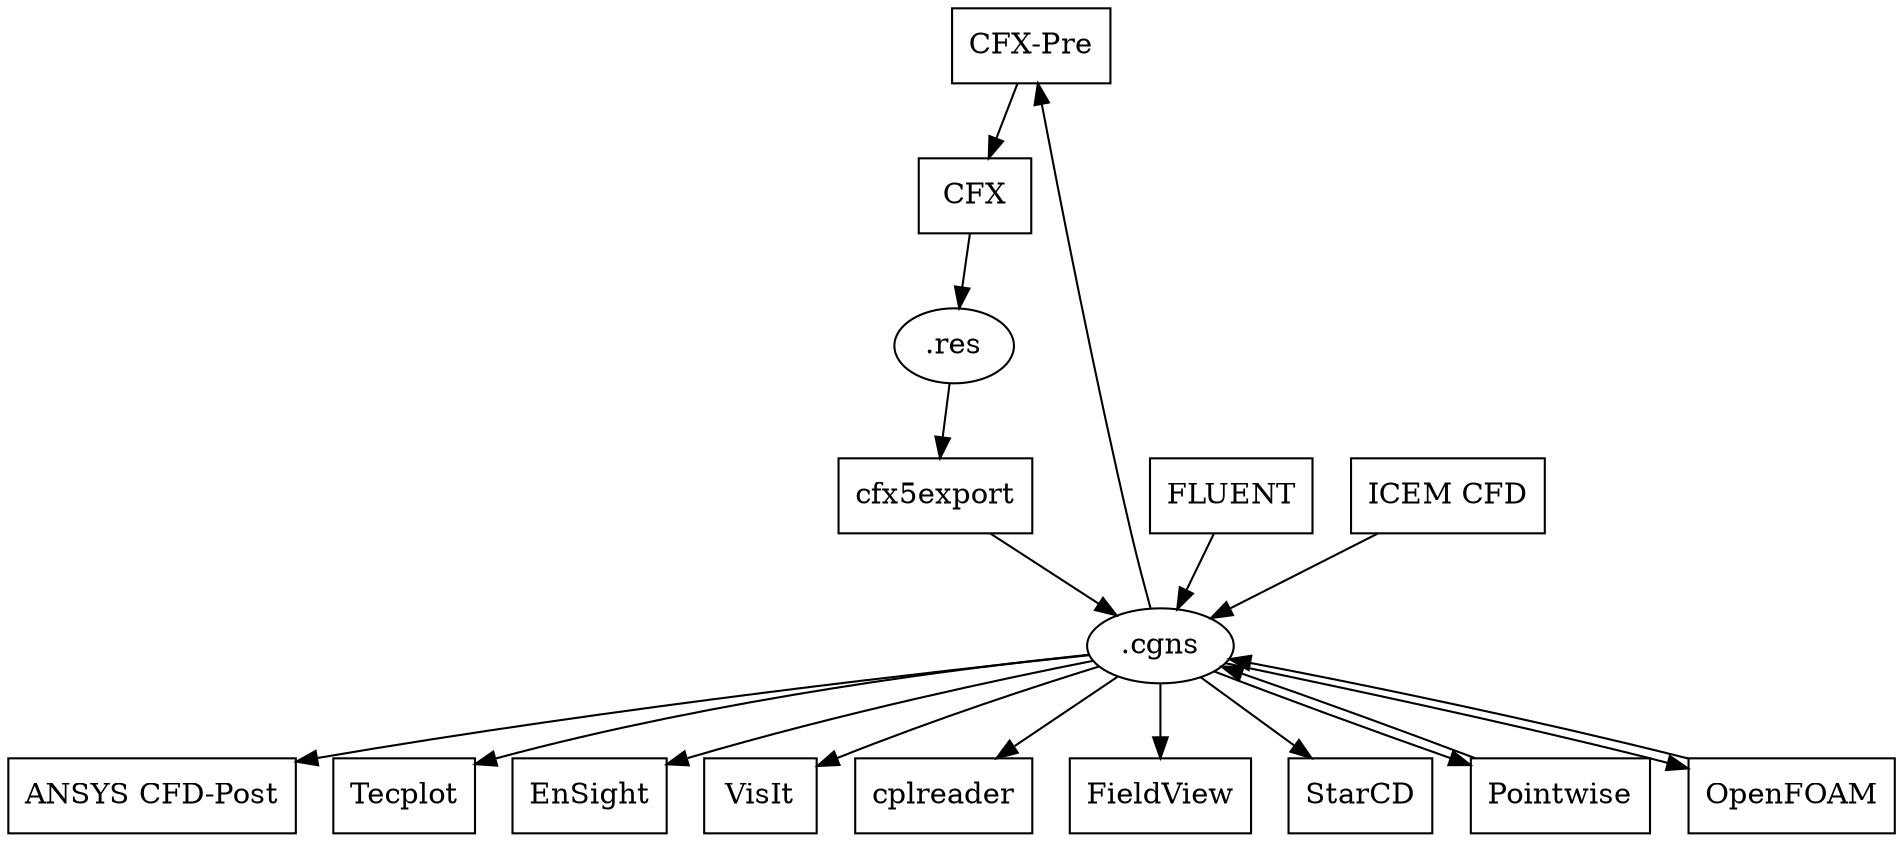
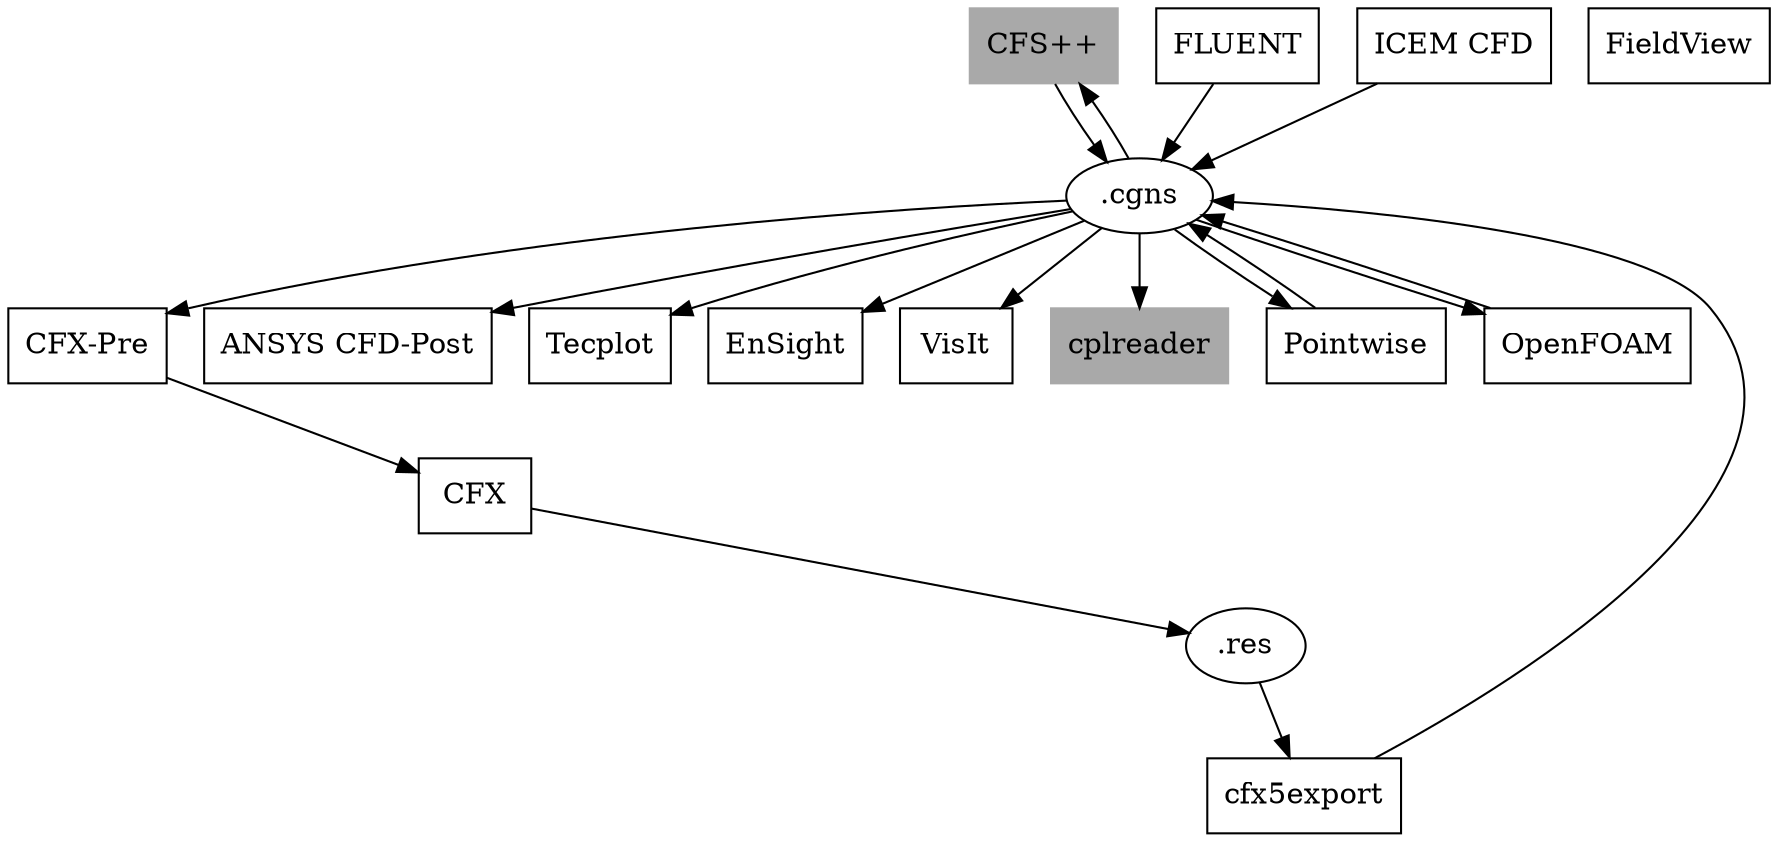
digraph G {
+         "CFS++" -> ".cgns";
        "CFX-Pre" -> "CFX";
        "CFX" -> ".res";
        ".res" -> "cfx5export";
        "cfx5export" -> ".cgns";
        FLUENT -> ".cgns";

+         ".cgns" -> "CFS++";
	".cgns" -> "ANSYS CFD-Post";
	".cgns" -> Tecplot;
	".cgns" -> EnSight;
	".cgns" -> VisIt;
	".cgns" -> cplreader;
	".cgns" -> "CFX-Pre";
- 	".cgns" -> FieldView;
- 	".cgns" -> StarCD;
	".cgns" -> Pointwise;
        Pointwise -> ".cgns"
        "ICEM CFD" -> ".cgns"

	".cgns" -> OpenFOAM;
        OpenFOAM -> ".cgns"

-         "cplreader" [shape=box];
+         "CFS++" [shape=box,color=darkgrey,style=filled];
+         "cplreader" [shape=box,color=darkgrey,style=filled];
        VisIt [shape=box];
	"ANSYS CFD-Post" [shape=box];
        Tecplot [shape=box];
        EnSight [shape=box];
	FLUENT [shape=box];
	CFX [shape=box];
	cfx5export [shape=box];
	"CFX-Pre" [shape=box];
	"ICEM CFD" [shape=box];
	"FieldView" [shape=box];
- 	"StarCD" [shape=box];
	Pointwise [shape=box];
	OpenFOAM [shape=box];
}
